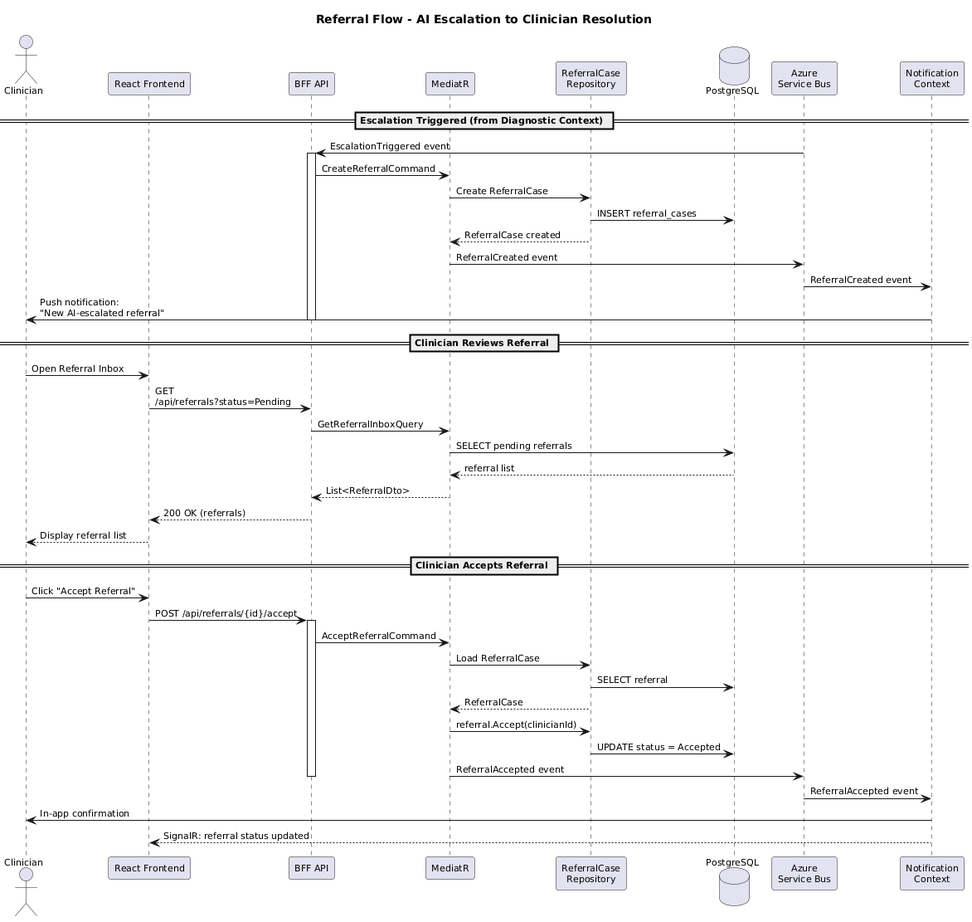
Before: docs/detailed-design/08-clinical-portal/seq-referral-flow.png, a diagram exported from PlantUML (QuinntyneBrown/ClearEyeQ).
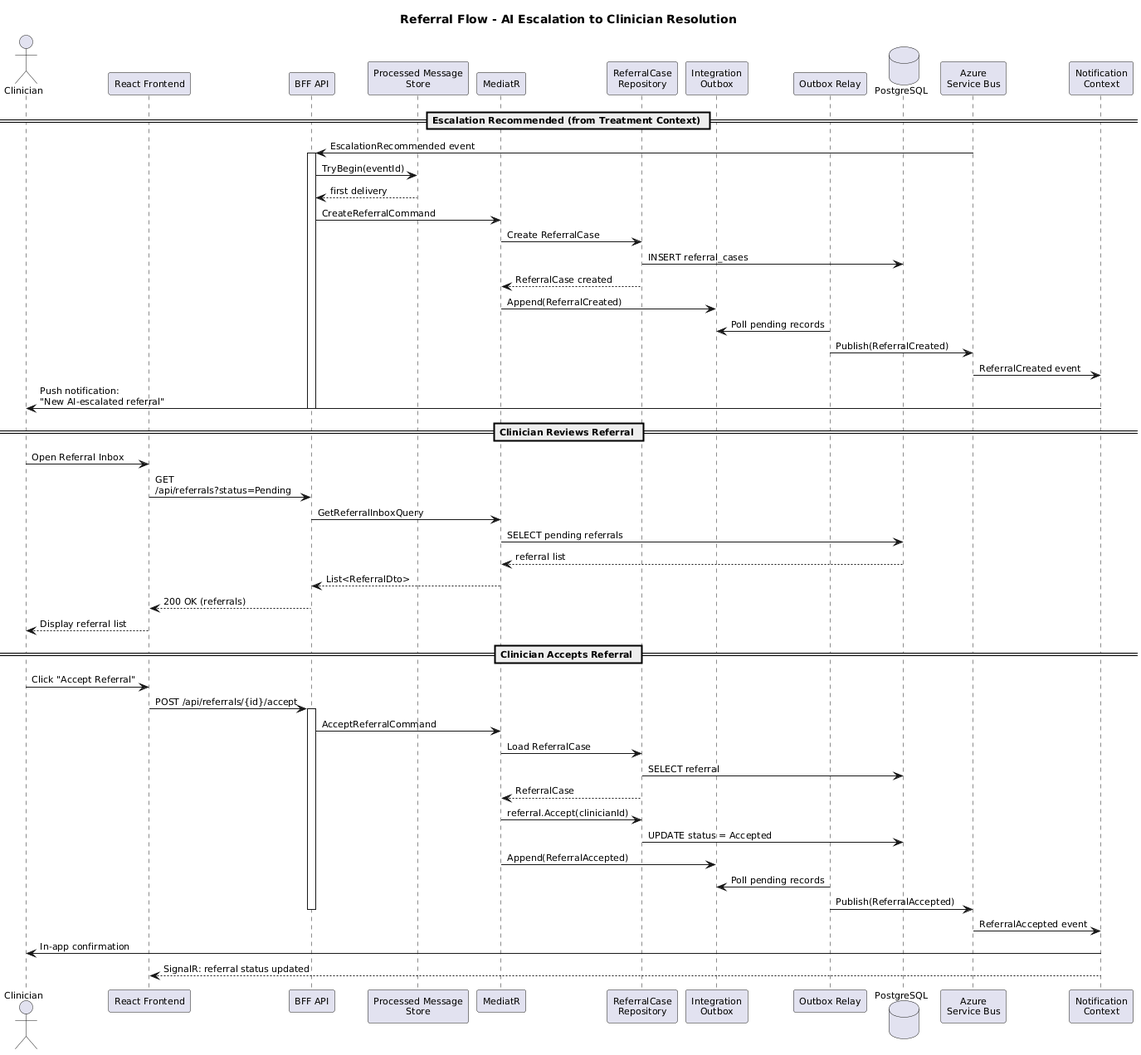
The same diagram one commit later.

Change to the diagram source:
```diff
@@ -8,21 +8,28 @@
 actor "Clinician" as clinician
 participant "React Frontend" as react
 participant "BFF API" as bff
+participant "Processed Message\nStore" as inbox
 participant "MediatR" as mediatr
 participant "ReferralCase\nRepository" as repo
+participant "Integration\nOutbox" as outbox
+participant "Outbox Relay" as relay
 database "PostgreSQL" as db
 participant "Azure\nService Bus" as bus
 participant "Notification\nContext" as notify
 
-== Escalation Triggered (from Diagnostic Context) ==
+== Escalation Recommended (from Treatment Context) ==
 
-bus -> bff : EscalationTriggered event
+bus -> bff : EscalationRecommended event
 activate bff
+bff -> inbox : TryBegin(eventId)
+inbox --> bff : first delivery
 bff -> mediatr : CreateReferralCommand
 mediatr -> repo : Create ReferralCase
 repo -> db : INSERT referral_cases
 repo --> mediatr : ReferralCase created
-mediatr -> bus : ReferralCreated event
+mediatr -> outbox : Append(ReferralCreated)
+relay -> outbox : Poll pending records
+relay -> bus : Publish(ReferralCreated)
 bus -> notify : ReferralCreated event
 notify -> clinician : Push notification:\n"New AI-escalated referral"
 deactivate bff
@@ -49,7 +56,9 @@
 repo --> mediatr : ReferralCase
 mediatr -> repo : referral.Accept(clinicianId)
 repo -> db : UPDATE status = Accepted
-mediatr -> bus : ReferralAccepted event
+mediatr -> outbox : Append(ReferralAccepted)
+relay -> outbox : Poll pending records
+relay -> bus : Publish(ReferralAccepted)
 deactivate bff
 
 bus -> notify : ReferralAccepted event
```
